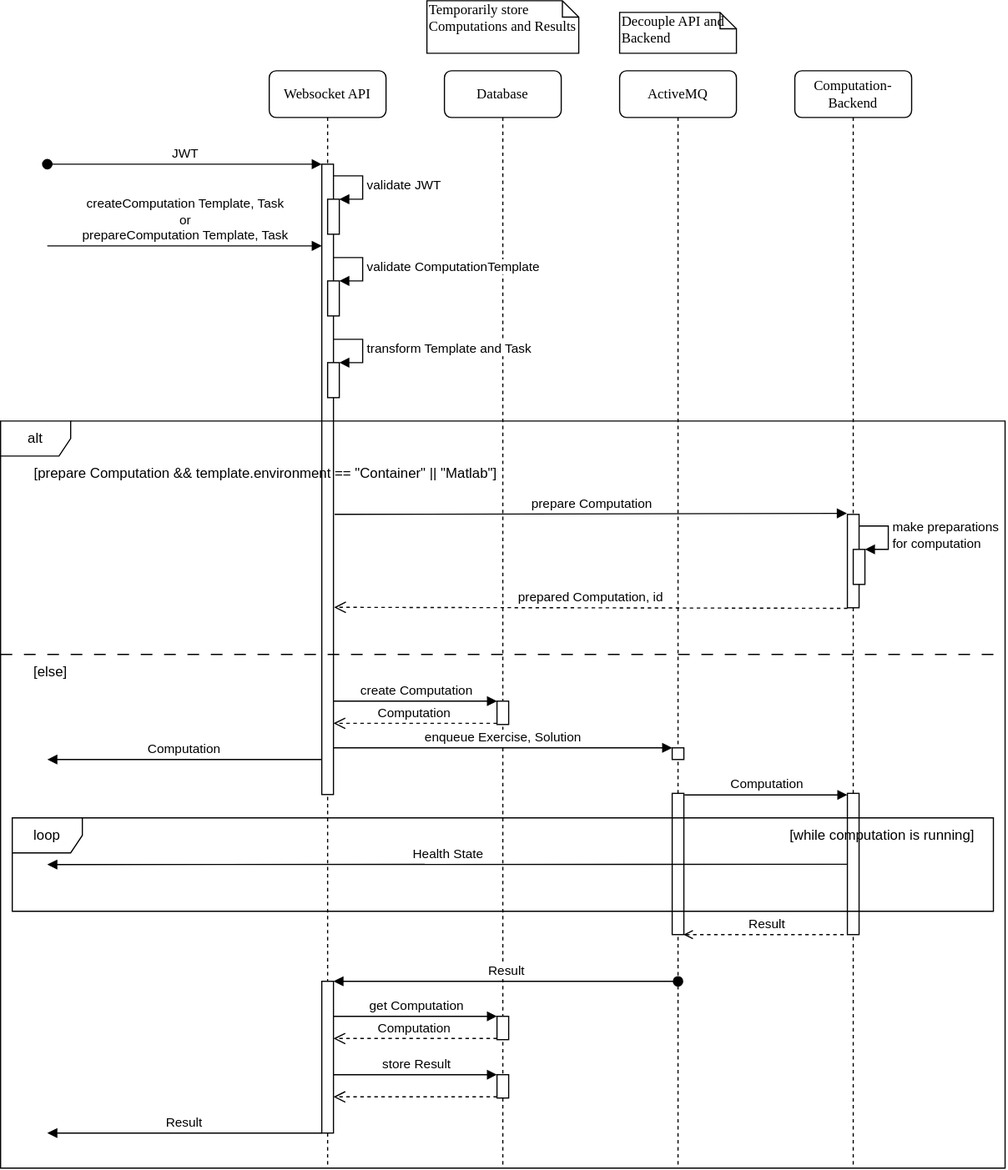
This is docs/images/ViPLab-Sequence-with-Websocket-API.drawio.svg from katharina-schulze/SusI-Documentation, a draw.io export, as it was before one commit. Source tidied: cells renumbered, new cells last; positions are measured from the earlier drawing's top-left corner, leaving out a move shared by most shapes. Its diagram source:
```xml
<mxGraphModel>
  <root>
    <mxCell id="0" />
    <mxCell id="1" parent="0" />
    <mxCell id="2" value="Database" style="shape=umlLifeline;perimeter=lifelinePerimeter;whiteSpace=wrap;html=1;rounded=1;shadow=0;comic=0;labelBackgroundColor=none;strokeColor=#000000;strokeWidth=1;fillColor=#FFFFFF;fontFamily=Verdana;fontSize=12;fontColor=#000000;align=center;" parent="1" vertex="1">
      <mxGeometry x="380" y="60" width="100" height="940" as="geometry" />
    </mxCell>
    <mxCell id="3" style="html=1;points=[];perimeter=orthogonalPerimeter;" parent="2" vertex="1">
      <mxGeometry x="45" y="540" width="10" height="20" as="geometry" />
    </mxCell>
    <mxCell id="4" style="html=1;points=[];perimeter=orthogonalPerimeter;" parent="2" vertex="1">
      <mxGeometry x="45" y="810" width="10" height="20" as="geometry" />
    </mxCell>
    <mxCell id="5" style="html=1;points=[];perimeter=orthogonalPerimeter;" parent="2" vertex="1">
      <mxGeometry x="45" y="860" width="10" height="20" as="geometry" />
    </mxCell>
    <mxCell id="6" value="ActiveMQ" style="shape=umlLifeline;perimeter=lifelinePerimeter;whiteSpace=wrap;html=1;outlineConnect=0;rounded=1;shadow=0;comic=0;labelBackgroundColor=none;strokeColor=#000000;strokeWidth=1;fillColor=#FFFFFF;fontFamily=Verdana;fontSize=12;fontColor=#000000;align=center;" parent="1" vertex="1">
      <mxGeometry x="530" y="60" width="100" height="940" as="geometry" />
    </mxCell>
    <mxCell id="7" style="html=1;points=[];perimeter=orthogonalPerimeter;" parent="6" vertex="1">
      <mxGeometry x="45" y="580" width="10" height="10" as="geometry" />
    </mxCell>
    <mxCell id="8" style="html=1;points=[];perimeter=orthogonalPerimeter;" parent="6" vertex="1">
      <mxGeometry x="45" y="619" width="10" height="121" as="geometry" />
    </mxCell>
    <mxCell id="9" value="Computation-Backend" style="shape=umlLifeline;perimeter=lifelinePerimeter;whiteSpace=wrap;html=1;rounded=1;shadow=0;comic=0;labelBackgroundColor=none;strokeColor=#000000;strokeWidth=1;fillColor=#FFFFFF;fontFamily=Verdana;fontSize=12;fontColor=#000000;align=center;" parent="1" vertex="1">
      <mxGeometry x="680" y="60" width="100" height="940" as="geometry" />
    </mxCell>
    <mxCell id="10" style="html=1;points=[];perimeter=orthogonalPerimeter;" parent="9" vertex="1">
      <mxGeometry x="45" y="619" width="10" height="121" as="geometry" />
    </mxCell>
    <mxCell id="11" style="html=1;points=[];perimeter=orthogonalPerimeter;" parent="9" vertex="1">
      <mxGeometry x="45" y="380" width="10" height="80" as="geometry" />
    </mxCell>
    <mxCell id="12" style="html=1;perimeter=orthogonalPerimeter;" parent="9" vertex="1">
      <mxGeometry x="50" y="410" width="10" height="30" as="geometry" />
    </mxCell>
    <mxCell id="13" value="make preparations &lt;br&gt;for computation" style="edgeStyle=orthogonalEdgeStyle;html=1;align=left;spacingLeft=2;endArrow=block;rounded=0;entryX=1;entryY=0;" parent="9" edge="1">
      <mxGeometry relative="1" as="geometry">
        <mxPoint x="55" y="390" as="sourcePoint" />
        <mxPoint x="60" y="410" as="targetPoint" />
        <Array as="points">
          <mxPoint x="80" y="390" />
        </Array>
      </mxGeometry>
    </mxCell>
    <mxCell id="14" value="Websocket API" style="shape=umlLifeline;perimeter=lifelinePerimeter;whiteSpace=wrap;html=1;rounded=1;shadow=0;comic=0;labelBackgroundColor=none;strokeColor=#000000;strokeWidth=1;fillColor=#FFFFFF;fontFamily=Verdana;fontSize=12;fontColor=#000000;align=center;" parent="1" vertex="1">
      <mxGeometry x="230" y="60" width="100" height="940" as="geometry" />
    </mxCell>
    <mxCell id="15" style="html=1;points=[];perimeter=orthogonalPerimeter;" parent="14" vertex="1">
      <mxGeometry x="45" y="80" width="10" height="540" as="geometry" />
    </mxCell>
    <mxCell id="16" value="&amp;nbsp;JWT" style="html=1;verticalAlign=bottom;startArrow=oval;endArrow=block;startSize=8;" parent="14" edge="1" target="15">
      <mxGeometry relative="1" as="geometry">
        <mxPoint x="-190" y="80" as="sourcePoint" />
      </mxGeometry>
    </mxCell>
    <mxCell id="17" style="html=1;points=[];perimeter=orthogonalPerimeter;" parent="14" vertex="1">
      <mxGeometry x="50" y="110" width="10" height="30" as="geometry" />
    </mxCell>
    <mxCell id="18" value="validate JWT" style="edgeStyle=orthogonalEdgeStyle;html=1;align=left;spacingLeft=2;endArrow=block;rounded=0;entryX=1;entryY=0;" parent="14" edge="1" target="17">
      <mxGeometry relative="1" as="geometry">
        <mxPoint x="55" y="90" as="sourcePoint" />
        <Array as="points">
          <mxPoint x="80" y="90" />
        </Array>
      </mxGeometry>
    </mxCell>
    <mxCell id="19" style="html=1;points=[];perimeter=orthogonalPerimeter;" parent="14" vertex="1">
      <mxGeometry x="50" y="180" width="10" height="30" as="geometry" />
    </mxCell>
    <mxCell id="20" value="validate ComputationTemplate" style="edgeStyle=orthogonalEdgeStyle;html=1;align=left;spacingLeft=2;endArrow=block;rounded=0;entryX=1;entryY=0;" parent="14" edge="1" target="19">
      <mxGeometry relative="1" as="geometry">
        <mxPoint x="55" y="160" as="sourcePoint" />
        <Array as="points">
          <mxPoint x="80" y="160" />
        </Array>
      </mxGeometry>
    </mxCell>
    <mxCell id="21" style="html=1;points=[];perimeter=orthogonalPerimeter;" parent="14" vertex="1">
      <mxGeometry x="50" y="250" width="10" height="30" as="geometry" />
    </mxCell>
    <mxCell id="22" value="transform Template and Task" style="edgeStyle=orthogonalEdgeStyle;html=1;align=left;spacingLeft=2;endArrow=block;rounded=0;entryX=1;entryY=0;" parent="14" edge="1" target="21">
      <mxGeometry relative="1" as="geometry">
        <mxPoint x="55" y="230" as="sourcePoint" />
        <Array as="points">
          <mxPoint x="80" y="230" />
        </Array>
      </mxGeometry>
    </mxCell>
    <mxCell id="23" style="html=1;points=[];perimeter=orthogonalPerimeter;" parent="14" vertex="1">
      <mxGeometry x="45" y="780" width="10" height="130" as="geometry" />
    </mxCell>
    <mxCell id="24" style="endArrow=none;startArrow=none;endFill=0;startFill=0;endSize=8;html=1;verticalAlign=bottom;dashed=1;labelBackgroundColor=none;dashPattern=10 10;align=left;labelPosition=left;verticalLabelPosition=top;textDirection=ltr;spacing=2;horizontal=1;" parent="14" edge="1">
      <mxGeometry relative="1" as="geometry">
        <mxPoint x="-230" y="500" as="sourcePoint" />
        <mxPoint x="630" y="500" as="targetPoint" />
      </mxGeometry>
    </mxCell>
    <mxCell id="25" value="Decouple API and Backend" style="shape=note;whiteSpace=wrap;html=1;size=14;verticalAlign=top;align=left;spacingTop=-6;rounded=0;shadow=0;comic=0;labelBackgroundColor=none;strokeColor=#000000;strokeWidth=1;fillColor=#FFFFFF;fontFamily=Verdana;fontSize=12;fontColor=#000000;" parent="1" vertex="1">
      <mxGeometry x="530" y="10" width="100" height="35" as="geometry" />
    </mxCell>
    <mxCell id="26" value="Temporarily store Computations and Results" style="shape=note;whiteSpace=wrap;html=1;size=14;verticalAlign=top;align=left;spacingTop=-6;rounded=0;shadow=0;comic=0;labelBackgroundColor=none;strokeColor=#000000;strokeWidth=1;fillColor=#FFFFFF;fontFamily=Verdana;fontSize=12;fontColor=#000000;" parent="1" vertex="1">
      <mxGeometry x="365" width="130" height="45" as="geometry" />
    </mxCell>
    <mxCell id="27" value="create Computation" style="html=1;verticalAlign=bottom;endArrow=block;entryX=0;entryY=0;" parent="1" edge="1" target="3">
      <mxGeometry relative="1" as="geometry">
        <mxPoint x="285" y="600" as="sourcePoint" />
      </mxGeometry>
    </mxCell>
    <mxCell id="28" value="Computation" style="html=1;verticalAlign=bottom;endArrow=open;dashed=1;endSize=8;exitX=0;exitY=0.95;" parent="1" edge="1" source="3">
      <mxGeometry relative="1" as="geometry">
        <mxPoint x="285" y="619" as="targetPoint" />
      </mxGeometry>
    </mxCell>
    <mxCell id="29" value="enqueue Exercise, Solution" style="html=1;verticalAlign=bottom;endArrow=block;entryX=0;entryY=0;" parent="1" edge="1" target="7">
      <mxGeometry relative="1" as="geometry">
        <mxPoint x="285" y="640" as="sourcePoint" />
      </mxGeometry>
    </mxCell>
    <mxCell id="30" value="Result" style="html=1;verticalAlign=bottom;startArrow=oval;endArrow=block;startSize=8;" parent="1" edge="1" target="23">
      <mxGeometry relative="1" as="geometry">
        <mxPoint x="580" y="840" as="sourcePoint" />
      </mxGeometry>
    </mxCell>
    <mxCell id="31" value="get Computation" style="html=1;verticalAlign=bottom;endArrow=block;entryX=0;entryY=0;" parent="1" edge="1" target="4">
      <mxGeometry relative="1" as="geometry">
        <mxPoint x="285" y="870" as="sourcePoint" />
      </mxGeometry>
    </mxCell>
    <mxCell id="32" value="Computation" style="html=1;verticalAlign=bottom;endArrow=open;dashed=1;endSize=8;exitX=0;exitY=0.95;" parent="1" edge="1" source="4">
      <mxGeometry relative="1" as="geometry">
        <mxPoint x="285" y="889" as="targetPoint" />
      </mxGeometry>
    </mxCell>
    <mxCell id="33" value="store Result" style="html=1;verticalAlign=bottom;endArrow=block;entryX=0;entryY=0;" parent="1" edge="1" source="23" target="5">
      <mxGeometry relative="1" as="geometry" />
    </mxCell>
    <mxCell id="34" style="html=1;verticalAlign=bottom;endArrow=open;dashed=1;endSize=8;exitX=0;exitY=0.95;" parent="1" edge="1" source="5" target="23">
      <mxGeometry relative="1" as="geometry" />
    </mxCell>
    <mxCell id="35" value="Result" style="html=1;verticalAlign=bottom;endArrow=block;" parent="1" edge="1" source="23">
      <mxGeometry relative="1" as="geometry">
        <mxPoint x="40" y="970" as="targetPoint" />
      </mxGeometry>
    </mxCell>
    <mxCell id="36" value="Computation" style="html=1;verticalAlign=bottom;endArrow=none;entryX=1.053;entryY=0.011;entryDx=0;entryDy=0;entryPerimeter=0;endFill=0;startArrow=block;startFill=1;" parent="1" edge="1" source="10" target="8">
      <mxGeometry relative="1" as="geometry" />
    </mxCell>
    <mxCell id="37" value="Result" style="html=1;verticalAlign=bottom;endArrow=none;dashed=1;endSize=8;exitX=0.963;exitY=1;exitDx=0;exitDy=0;exitPerimeter=0;startArrow=open;startFill=0;endFill=0;entryX=0.001;entryY=1;entryDx=0;entryDy=0;entryPerimeter=0;" parent="1" edge="1" source="8" target="10">
      <mxGeometry relative="1" as="geometry" />
    </mxCell>
    <mxCell id="38" value="createComputation Template, Task&lt;br&gt;or&lt;br&gt;prepareComputation Template, Task&amp;nbsp;" style="html=1;verticalAlign=bottom;endArrow=block;" parent="1" edge="1" target="15">
      <mxGeometry relative="1" as="geometry">
        <mxPoint x="40" y="210" as="sourcePoint" />
      </mxGeometry>
    </mxCell>
    <mxCell id="39" value="Computation" style="html=1;verticalAlign=bottom;endArrow=block;" parent="1" edge="1">
      <mxGeometry relative="1" as="geometry">
        <mxPoint x="275" y="650" as="sourcePoint" />
        <mxPoint x="40" y="650" as="targetPoint" />
      </mxGeometry>
    </mxCell>
    <mxCell id="40" value="[else]" style="text;html=1;strokeColor=none;fillColor=none;align=center;verticalAlign=middle;whiteSpace=wrap;rounded=0;" parent="1" vertex="1">
      <mxGeometry x="13" y="560" width="60" height="30" as="geometry" />
    </mxCell>
    <mxCell id="41" value="[prepare Computation &amp;amp;&amp;amp; template.environment == &quot;Container&quot; || &quot;Matlab&quot;]" style="text;html=1;strokeColor=none;fillColor=none;align=left;verticalAlign=middle;whiteSpace=wrap;rounded=0;" parent="1" vertex="1">
      <mxGeometry x="27" y="390" width="413" height="30" as="geometry" />
    </mxCell>
    <mxCell id="42" value="prepare Computation" style="html=1;verticalAlign=bottom;endArrow=block;entryX=-0.045;entryY=-0.011;entryDx=0;entryDy=0;entryPerimeter=0;" parent="1" edge="1" target="11">
      <mxGeometry relative="1" as="geometry">
        <mxPoint x="286" y="440" as="sourcePoint" />
      </mxGeometry>
    </mxCell>
    <mxCell id="43" value="prepared Computation, id" style="html=1;verticalAlign=bottom;endArrow=open;dashed=1;endSize=8;exitX=0.004;exitY=1.006;exitDx=0;exitDy=0;exitPerimeter=0;entryX=1.054;entryY=0.703;entryDx=0;entryDy=0;entryPerimeter=0;" parent="1" edge="1" source="11" target="15">
      <mxGeometry relative="1" as="geometry" />
    </mxCell>
    <mxCell id="44" value="[while computation is running]" style="text;html=1;strokeColor=none;fillColor=none;align=center;verticalAlign=middle;whiteSpace=wrap;rounded=0;" parent="1" vertex="1">
      <mxGeometry x="670" y="700" width="170" height="30" as="geometry" />
    </mxCell>
    <mxCell id="45" value="Health State" style="html=1;verticalAlign=bottom;endArrow=block;exitX=-0.011;exitY=0.502;exitDx=0;exitDy=0;exitPerimeter=0;" parent="1" edge="1" source="10">
      <mxGeometry relative="1" as="geometry">
        <mxPoint x="40" y="740" as="targetPoint" />
      </mxGeometry>
    </mxCell>
    <mxCell id="46" value="loop" style="shape=umlFrame;whiteSpace=wrap;html=1;" parent="1" vertex="1">
      <mxGeometry x="10" y="700" width="840" height="80" as="geometry" />
    </mxCell>
    <mxCell id="47" value="alt" style="shape=umlFrame;whiteSpace=wrap;html=1;" parent="1" vertex="1">
      <mxGeometry y="360" width="860" height="640" as="geometry" />
    </mxCell>
  </root>
</mxGraphModel>
```
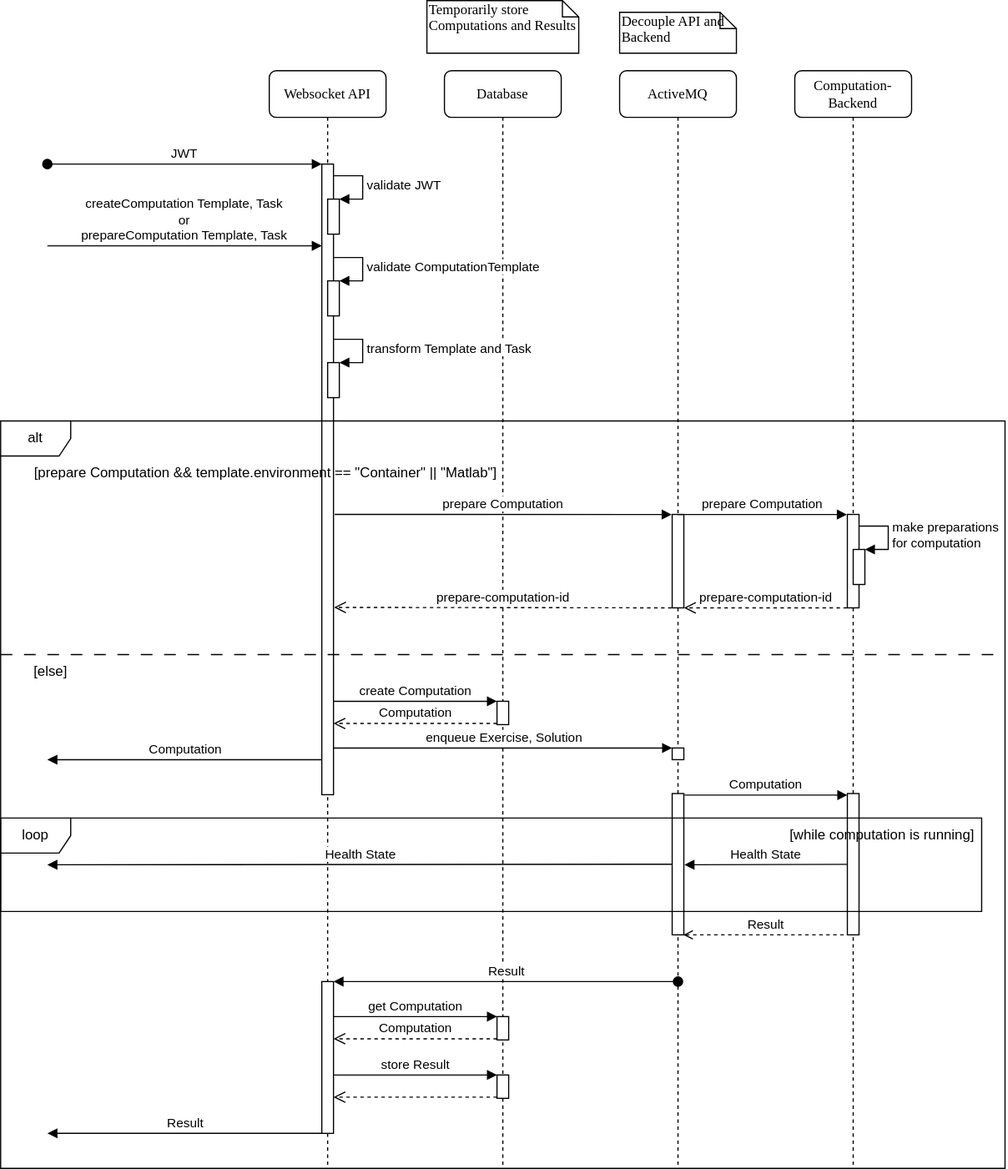
Later version of the same file.

What changed in the source:
```diff
@@ -23,6 +23,9 @@
     <mxCell id="8" style="html=1;points=[];perimeter=orthogonalPerimeter;" parent="6" vertex="1">
       <mxGeometry x="45" y="619" width="10" height="121" as="geometry" />
     </mxCell>
+    <mxCell id="48" style="html=1;points=[];perimeter=orthogonalPerimeter;" parent="6" vertex="1">
+      <mxGeometry x="45" y="380" width="10" height="80" as="geometry" />
+    </mxCell>
     <mxCell id="9" value="Computation-Backend" style="shape=umlLifeline;perimeter=lifelinePerimeter;whiteSpace=wrap;html=1;rounded=1;shadow=0;comic=0;labelBackgroundColor=none;strokeColor=#000000;strokeWidth=1;fillColor=#FFFFFF;fontFamily=Verdana;fontSize=12;fontColor=#000000;align=center;" parent="1" vertex="1">
       <mxGeometry x="680" y="60" width="100" height="940" as="geometry" />
     </mxCell>
@@ -167,27 +170,36 @@
     <mxCell id="41" value="[prepare Computation &amp;amp;&amp;amp; template.environment == &quot;Container&quot; || &quot;Matlab&quot;]" style="text;html=1;strokeColor=none;fillColor=none;align=left;verticalAlign=middle;whiteSpace=wrap;rounded=0;" parent="1" vertex="1">
       <mxGeometry x="27" y="390" width="413" height="30" as="geometry" />
     </mxCell>
-    <mxCell id="42" value="prepare Computation" style="html=1;verticalAlign=bottom;endArrow=block;entryX=-0.045;entryY=-0.011;entryDx=0;entryDy=0;entryPerimeter=0;" parent="1" edge="1" target="11">
+    <mxCell id="42" value="prepare Computation" style="html=1;verticalAlign=bottom;endArrow=block;entryX=-0.039;entryY=0.001;entryDx=0;entryDy=0;entryPerimeter=0;" parent="1" edge="1" target="48">
       <mxGeometry relative="1" as="geometry">
         <mxPoint x="286" y="440" as="sourcePoint" />
       </mxGeometry>
     </mxCell>
-    <mxCell id="43" value="prepared Computation, id" style="html=1;verticalAlign=bottom;endArrow=open;dashed=1;endSize=8;exitX=0.004;exitY=1.006;exitDx=0;exitDy=0;exitPerimeter=0;entryX=1.054;entryY=0.703;entryDx=0;entryDy=0;entryPerimeter=0;" parent="1" edge="1" source="11" target="15">
+    <mxCell id="43" value="prepare-computation-id" style="html=1;verticalAlign=bottom;endArrow=open;dashed=1;endSize=8;entryX=1.054;entryY=0.703;entryDx=0;entryDy=0;entryPerimeter=0;exitX=-0.049;exitY=1;exitDx=0;exitDy=0;exitPerimeter=0;" parent="1" edge="1" source="48" target="15">
       <mxGeometry relative="1" as="geometry" />
     </mxCell>
     <mxCell id="44" value="[while computation is running]" style="text;html=1;strokeColor=none;fillColor=none;align=center;verticalAlign=middle;whiteSpace=wrap;rounded=0;" parent="1" vertex="1">
       <mxGeometry x="670" y="700" width="170" height="30" as="geometry" />
     </mxCell>
-    <mxCell id="45" value="Health State" style="html=1;verticalAlign=bottom;endArrow=block;exitX=-0.011;exitY=0.502;exitDx=0;exitDy=0;exitPerimeter=0;" parent="1" edge="1" source="10">
+    <mxCell id="45" value="Health State" style="html=1;verticalAlign=bottom;endArrow=block;exitX=-0.029;exitY=0.5;exitDx=0;exitDy=0;exitPerimeter=0;" parent="1" edge="1" source="8">
       <mxGeometry relative="1" as="geometry">
         <mxPoint x="40" y="740" as="targetPoint" />
       </mxGeometry>
     </mxCell>
     <mxCell id="46" value="loop" style="shape=umlFrame;whiteSpace=wrap;html=1;" parent="1" vertex="1">
-      <mxGeometry x="10" y="700" width="840" height="80" as="geometry" />
+      <mxGeometry y="700" width="840" height="80" as="geometry" />
     </mxCell>
     <mxCell id="47" value="alt" style="shape=umlFrame;whiteSpace=wrap;html=1;" parent="1" vertex="1">
       <mxGeometry y="360" width="860" height="640" as="geometry" />
     </mxCell>
+    <mxCell id="49" value="prepare Computation" style="html=1;verticalAlign=bottom;endArrow=block;entryX=-0.038;entryY=0.001;entryDx=0;entryDy=0;entryPerimeter=0;" parent="1" edge="1" source="6" target="11">
+      <mxGeometry relative="1" as="geometry" />
+    </mxCell>
+    <mxCell id="50" value="prepare-computation-id" style="html=1;verticalAlign=bottom;endArrow=open;dashed=1;endSize=8;entryX=1.012;entryY=1;entryDx=0;entryDy=0;entryPerimeter=0;exitX=-0.031;exitY=1;exitDx=0;exitDy=0;exitPerimeter=0;" parent="1" edge="1" source="11" target="48">
+      <mxGeometry relative="1" as="geometry" />
+    </mxCell>
+    <mxCell id="51" value="Health State" style="html=1;verticalAlign=bottom;endArrow=block;exitX=-0.037;exitY=0.501;exitDx=0;exitDy=0;exitPerimeter=0;entryX=1.05;entryY=0.504;entryDx=0;entryDy=0;entryPerimeter=0;" parent="1" edge="1" source="10" target="8">
+      <mxGeometry relative="1" as="geometry" />
+    </mxCell>
   </root>
 </mxGraphModel>
```
